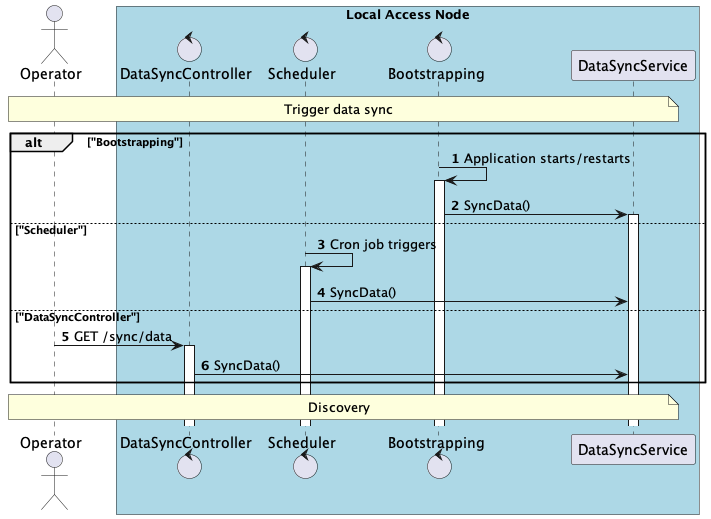
in2workspace/in2-guides keeps this PlantUML diagram as desmos-tech-doc/images/use-case-data-synchronization-1-triggering.png. Above is the earlier version.
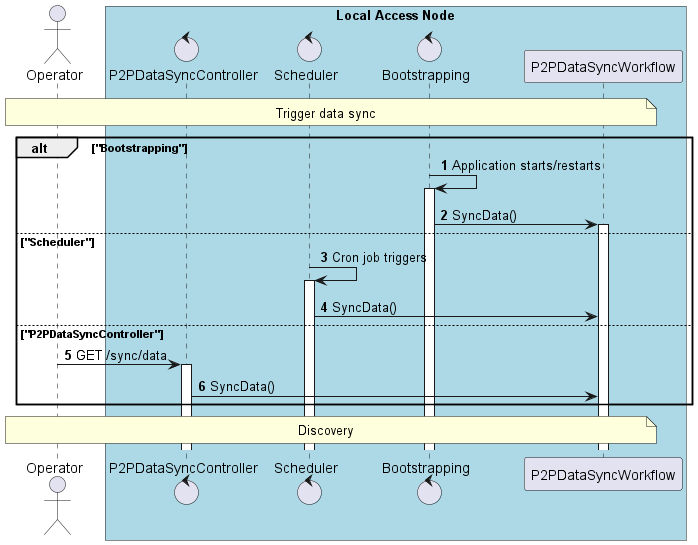
The same file after the commit.

Diff of the diagram source:
```diff
@@ -7,29 +7,29 @@
 actor "Operator" as operator
 
 box "Local Access Node" #LightBlue
-    control "DataSyncController" as data_sync_controller
+    control "P2PDataSyncController" as p2p_data_sync_controller_workflow
     control "Scheduler" as scheduler
     control "Bootstrapping" as bootstrapping
-    participant "DataSyncService" as data_sync_service
+    participant "P2PDataSyncWorkflow" as p2p_data_sync_workflow
 end box
 
 
-note over operator, data_sync_service
+note over operator, p2p_data_sync_workflow
     Trigger data sync
 end note
 
 alt "Bootstrapping"
     bootstrapping -> bootstrapping++: Application starts/restarts
-    bootstrapping -> data_sync_service++: SyncData()
+    bootstrapping -> p2p_data_sync_workflow++: SyncData()
 else "Scheduler"
     scheduler -> scheduler++: Cron job triggers
-    scheduler -> data_sync_service: SyncData()
-else "DataSyncController"
-    operator -> data_sync_controller++: GET /sync/data
-    data_sync_controller -> data_sync_service: SyncData()
+    scheduler -> p2p_data_sync_workflow: SyncData()
+else "P2PDataSyncController"
+    operator -> p2p_data_sync_controller_workflow++: GET /sync/data
+    p2p_data_sync_controller_workflow -> p2p_data_sync_workflow: SyncData()
 end
 
-note over operator, data_sync_service
+note over operator, p2p_data_sync_workflow
     Discovery
 end note
 
```
